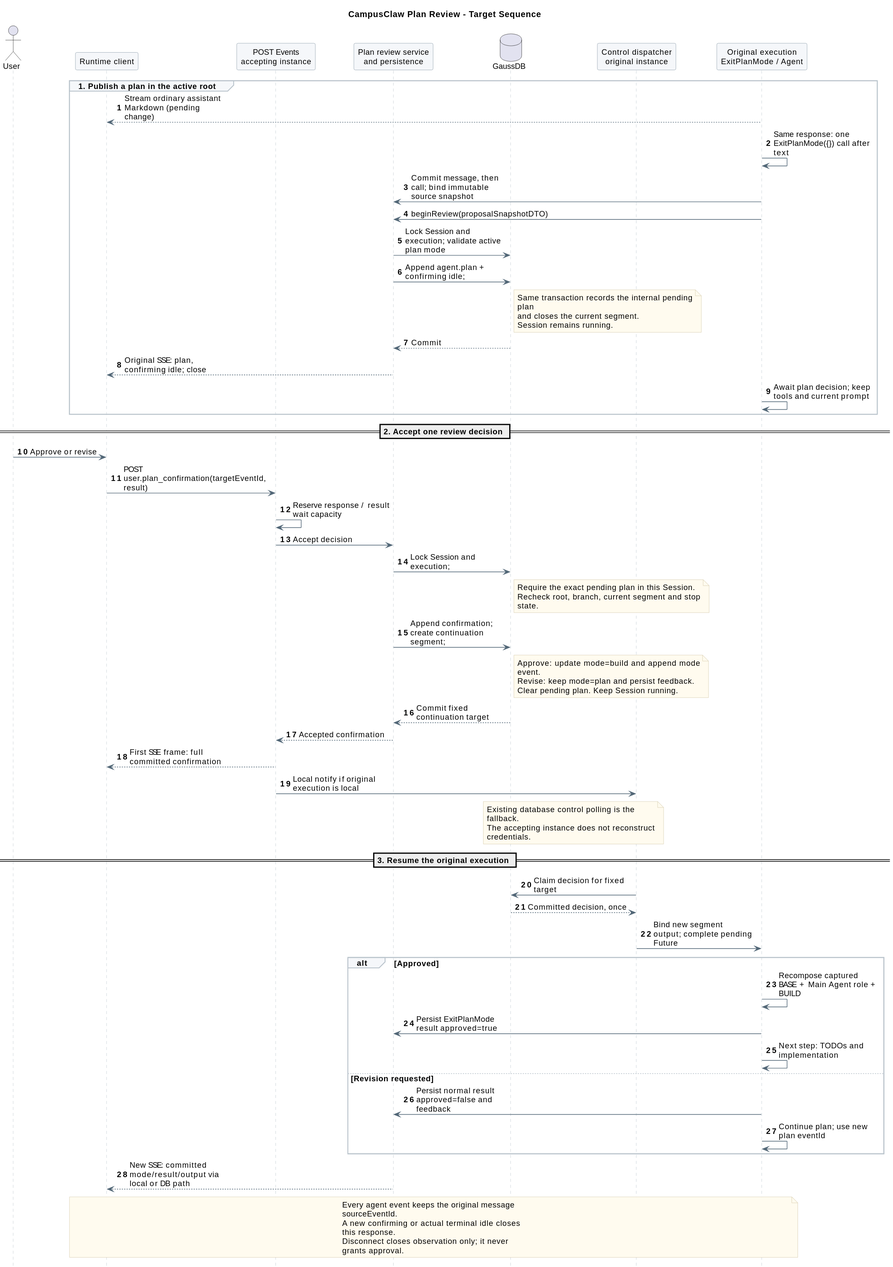
Earlier version of the PlantUML export 01-总体架构/06-CampusClaw计划模式/plan_mode_review_sequence.svg (ssm0808/pi-mono-java-design).
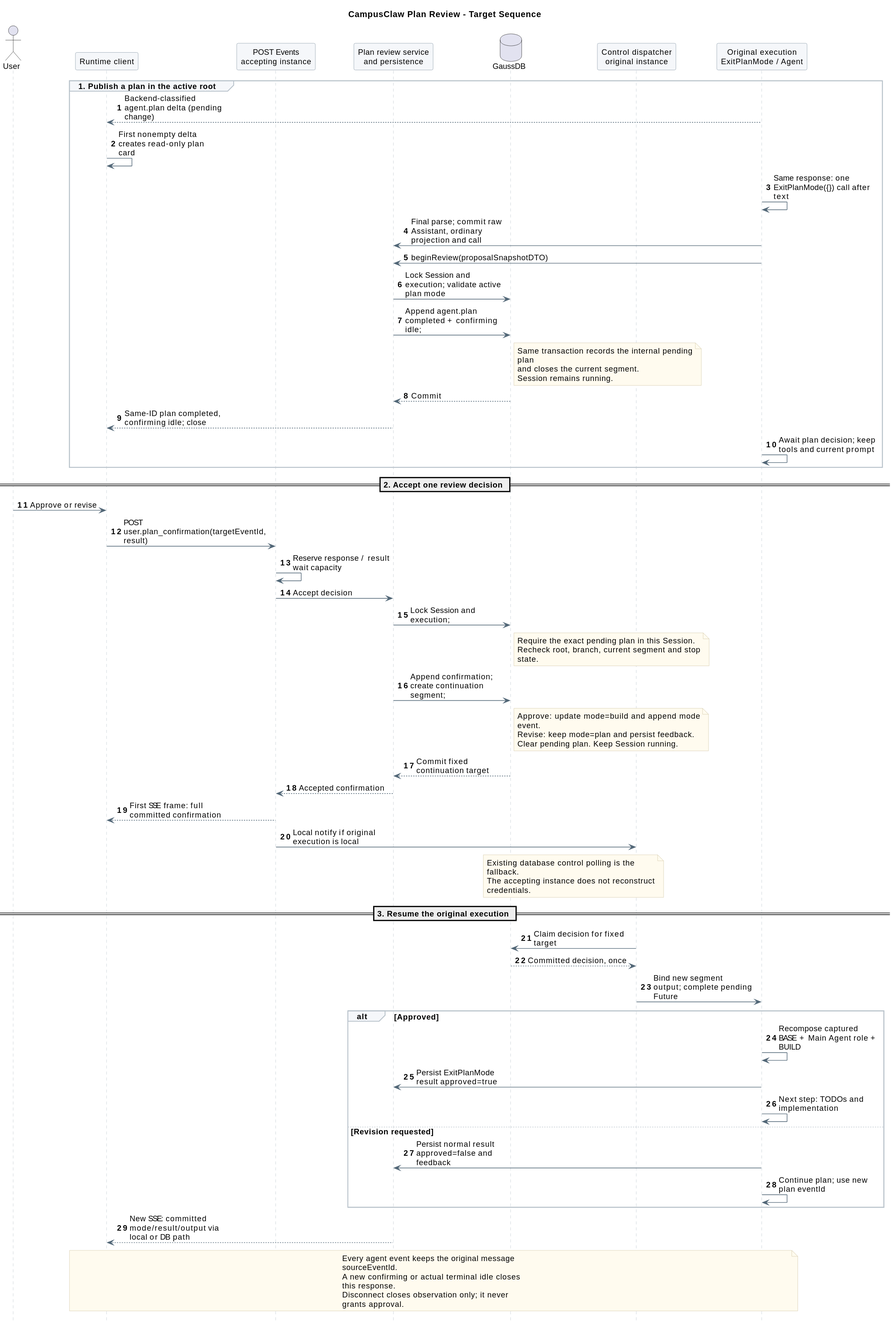
After the commit.

Diff of the diagram source:
```diff
@@ -25,12 +25,13 @@
 participant "Original execution\nExitPlanMode / Agent" as Agent
 
 group 1. Publish a plan in the active root
-  Agent --> UI : Stream ordinary assistant Markdown (pending change)
+  Agent --> UI : Backend-classified agent.plan delta (pending change)
+  UI -> UI : First nonempty delta creates read-only plan card
   Agent -> Agent : Same response: one ExitPlanMode({}) call after text
-  Agent -> Service : Commit message, then call; bind immutable source snapshot
+  Agent -> Service : Final parse; commit raw Assistant, ordinary projection and call
   Agent -> Service : beginReview(proposalSnapshotDTO)
   Service -> DB : Lock Session and execution; validate active plan mode
-  Service -> DB : Append agent.plan + confirming idle;
+  Service -> DB : Append agent.plan completed + confirming idle;
   note right of DB
   Same transaction records the internal pending
   plan
@@ -38,7 +39,7 @@
   Session remains running.
   end note
   DB --> Service : Commit
-  Service --> UI : Original SSE: plan, confirming idle; close
+  Service --> UI : Same-ID plan completed, confirming idle; close
   Agent -> Agent : Await plan decision; keep tools and current prompt
 end
 
```
